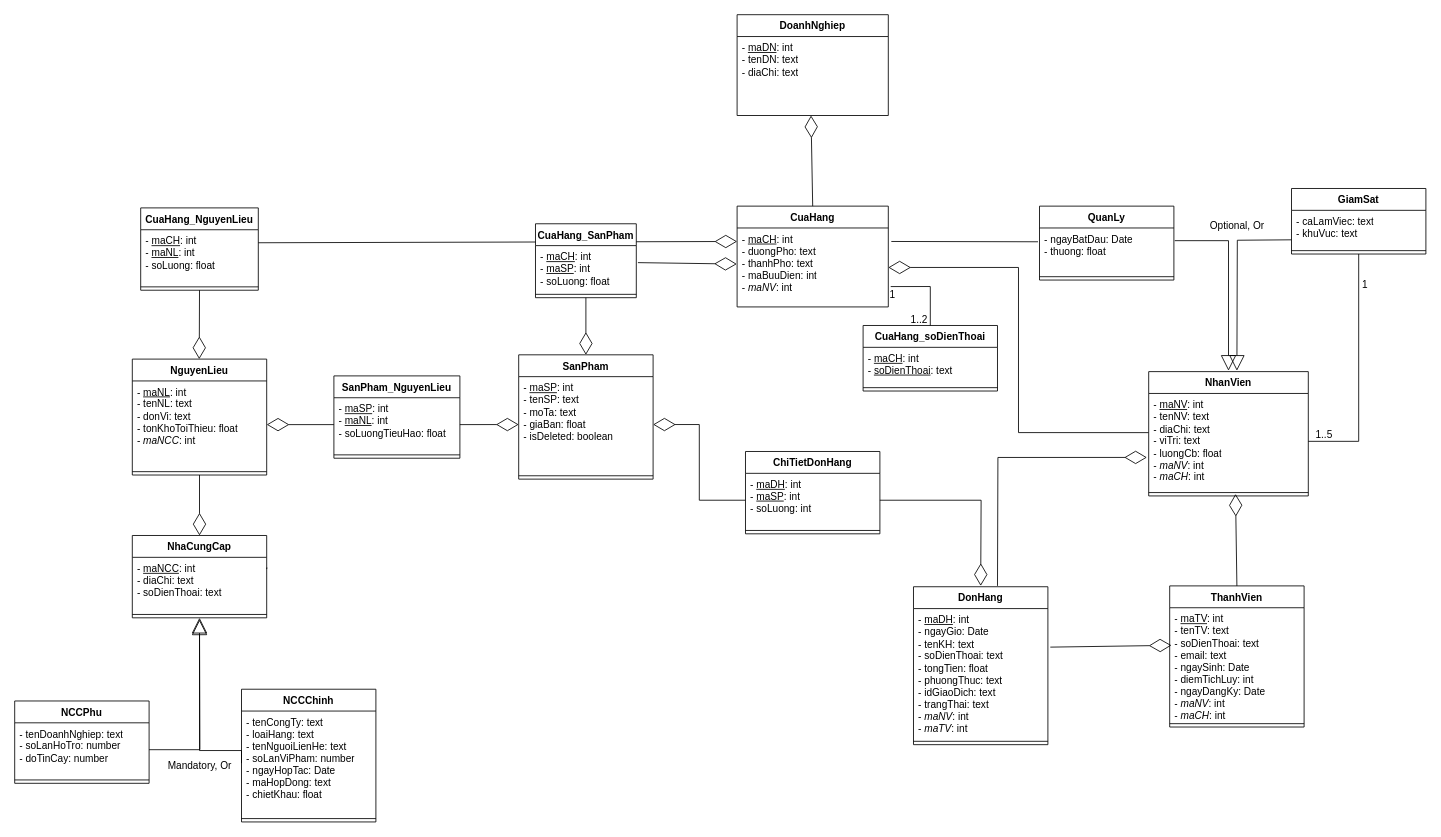
This is coffeeShop.drawio from holedev/ths-csdl, a draw.io file, before an edit. Source tidied: cells renumbered, new cells numbered last; positions are measured from the earlier drawing's top-left corner, leaving out a move shared by most shapes. Both pictures are drawn from the tidied source at 84%, with x=0, y=0 at pixel (14, 14).
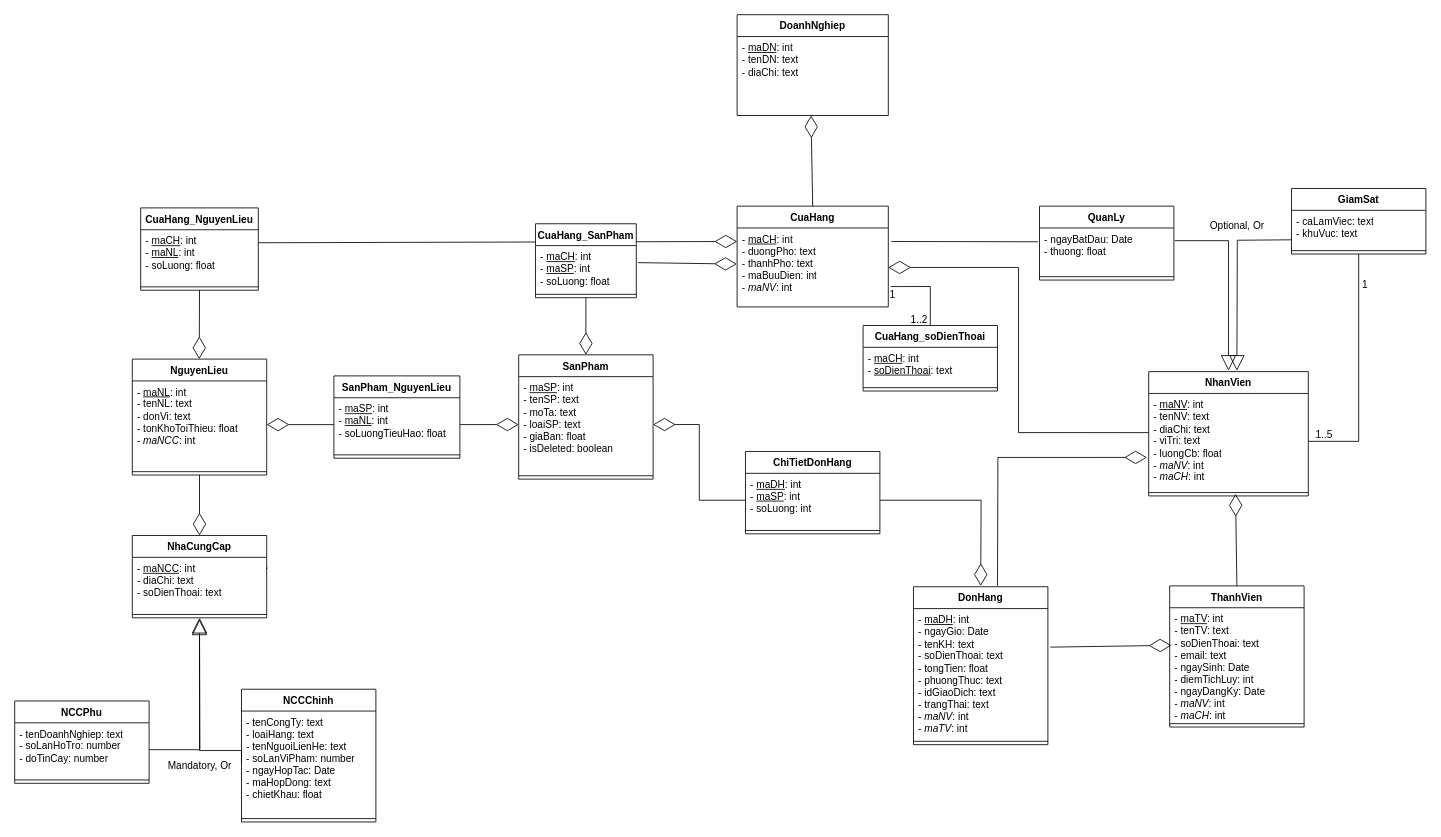
The same page after the edit.

Unchanged cells that the change refers to:
```xml
<mxCell id="16" value="SanPham" style="swimlane;fontStyle=1;align=center;verticalAlign=top;horizontal=1;startSize=26;whiteSpace=wrap;html=1;" parent="1" vertex="1">
  <mxGeometry x="600" y="404.9" width="160" height="148" as="geometry" />
</mxCell>
```

Diff of the diagram source:
```diff
@@
-    <mxCell id="17" value="- &lt;u&gt;maSP&lt;/u&gt;: int&lt;div&gt;- tenSP: text&lt;/div&gt;&lt;div&gt;- moTa: text&lt;/div&gt;&lt;div&gt;- giaBan: float&lt;/div&gt;&lt;div&gt;- isDeleted: boolean&lt;/div&gt;" style="text;strokeColor=none;fillColor=none;align=left;verticalAlign=top;spacingLeft=4;spacingRight=4;overflow=hidden;points=[[0,0.5],[1,0.5]];portConstraint=eastwest;whiteSpace=wrap;html=1;" parent="16" vertex="1">
+    <mxCell id="17" value="- &lt;u&gt;maSP&lt;/u&gt;: int&lt;div&gt;- tenSP: text&lt;/div&gt;&lt;div&gt;- moTa: text&lt;/div&gt;&lt;div&gt;- loaiSP: text&lt;/div&gt;&lt;div&gt;- giaBan: float&lt;/div&gt;&lt;div&gt;- isDeleted: boolean&lt;/div&gt;" style="text;strokeColor=none;fillColor=none;align=left;verticalAlign=top;spacingLeft=4;spacingRight=4;overflow=hidden;points=[[0,0.5],[1,0.5]];portConstraint=eastwest;whiteSpace=wrap;html=1;" parent="16" vertex="1">
       <mxGeometry y="26" width="160" height="114" as="geometry" />
     </mxCell>
```
